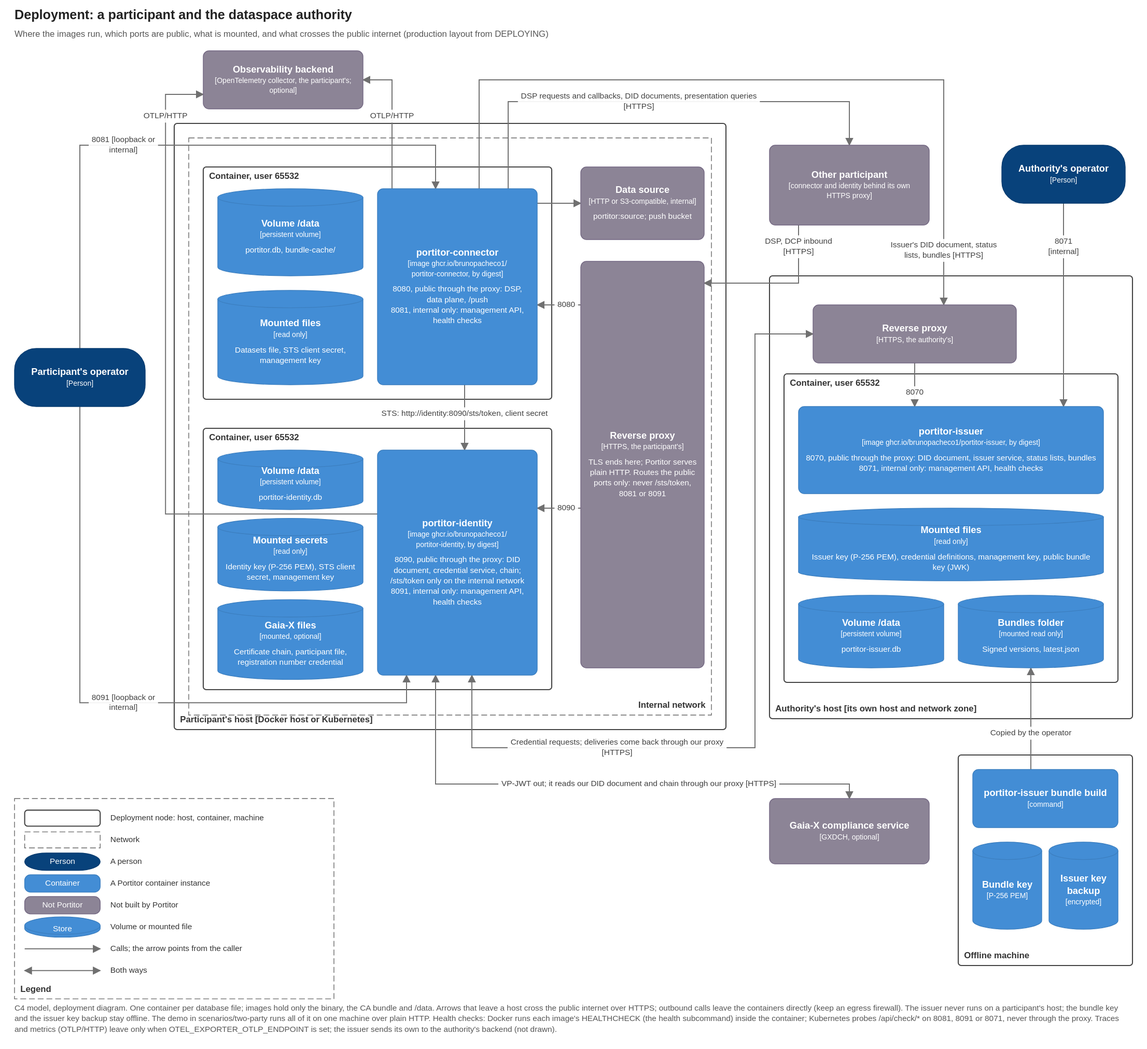
Before: docs/diagrams/deployment.drawio.svg, a diagram exported from draw.io (brunopacheco1/portitor). Source tidied: cells renumbered, new cells last; positions are measured from the earlier drawing's top-left corner, leaving out a move shared by most shapes.
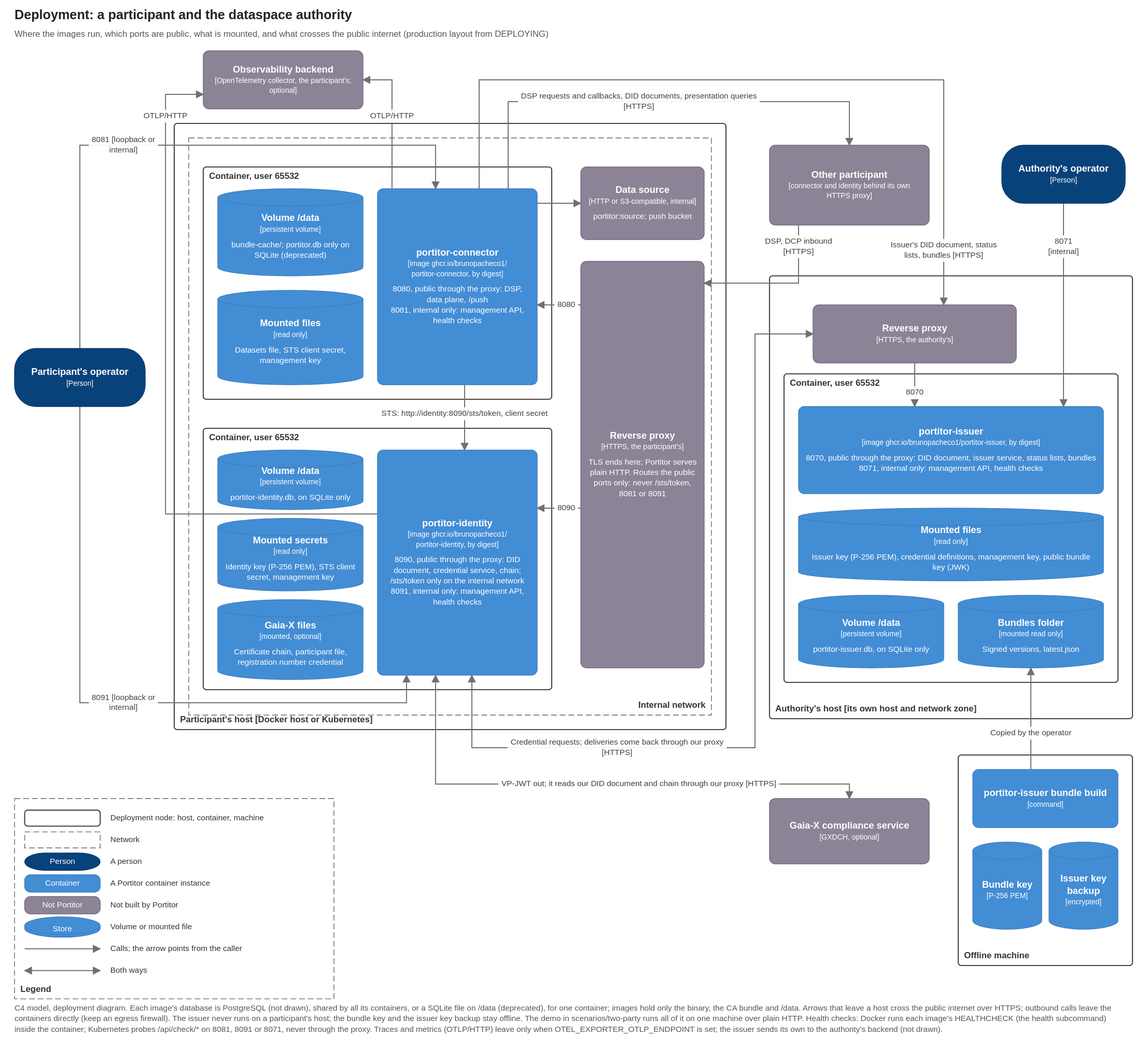
Later version of the same file.

The edit, as a diff of the source:
```diff
@@ -133,7 +133,7 @@
     <mxCell id="31" value="&lt;b&gt;portitor-connector&lt;/b&gt;&lt;br&gt;&lt;font style=&quot;font-size:10px&quot;&gt;[image ghcr.io/brunopacheco1/ portitor-connector, by digest]&lt;/font&gt;&lt;br&gt;&lt;br&gt;&lt;font style=&quot;font-size:11px&quot;&gt;8080, public through the proxy: DSP, data plane, /push&lt;/font&gt;&lt;br&gt;&lt;font style=&quot;font-size:11px&quot;&gt;8081, internal only: management API, health checks&lt;/font&gt;" style="rounded=1;arcSize=8;whiteSpace=wrap;html=1;fillColor=#438DD5;strokeColor=#3C7FC0;fontColor=#FFFFFF;fontSize=13;align=center;verticalAlign=middle;c4Kind=container;c4Name=portitor-connector;" parent="1" vertex="1">
       <mxGeometry x="500" y="250" width="220" height="270" as="geometry" />
     </mxCell>
-    <mxCell id="32" value="&lt;b&gt;Volume /data&lt;/b&gt;&lt;br&gt;&lt;font style=&quot;font-size:10px&quot;&gt;[persistent volume]&lt;/font&gt;&lt;br&gt;&lt;br&gt;&lt;font style=&quot;font-size:11px&quot;&gt;portitor.db, bundle-cache/&lt;/font&gt;" style="shape=cylinder3;size=12;boundedLbl=1;whiteSpace=wrap;html=1;fillColor=#438DD5;strokeColor=#3C7FC0;fontColor=#FFFFFF;fontSize=13;align=center;verticalAlign=middle;c4Kind=database;c4Name=Volume /data;" parent="1" vertex="1">
+    <mxCell id="32" value="&lt;b&gt;Volume /data&lt;/b&gt;&lt;br&gt;&lt;font style=&quot;font-size:10px&quot;&gt;[persistent volume]&lt;/font&gt;&lt;br&gt;&lt;br&gt;&lt;font style=&quot;font-size:11px&quot;&gt;bundle-cache/; portitor.db only on SQLite (deprecated)&lt;/font&gt;" style="shape=cylinder3;size=12;boundedLbl=1;whiteSpace=wrap;html=1;fillColor=#438DD5;strokeColor=#3C7FC0;fontColor=#FFFFFF;fontSize=13;align=center;verticalAlign=middle;c4Kind=database;c4Name=Volume /data;" parent="1" vertex="1">
       <mxGeometry x="280" y="250" width="200" height="120" as="geometry" />
     </mxCell>
     <mxCell id="33" value="&lt;b&gt;Mounted files&lt;/b&gt;&lt;br&gt;&lt;font style=&quot;font-size:10px&quot;&gt;[read only]&lt;/font&gt;&lt;br&gt;&lt;br&gt;&lt;font style=&quot;font-size:11px&quot;&gt;Datasets file, STS client secret, management key&lt;/font&gt;" style="shape=cylinder3;size=12;boundedLbl=1;whiteSpace=wrap;html=1;fillColor=#438DD5;strokeColor=#3C7FC0;fontColor=#FFFFFF;fontSize=13;align=center;verticalAlign=middle;c4Kind=database;c4Name=Mounted files;" parent="1" vertex="1">
@@ -142,7 +142,7 @@
     <mxCell id="34" value="&lt;b&gt;portitor-identity&lt;/b&gt;&lt;br&gt;&lt;font style=&quot;font-size:10px&quot;&gt;[image ghcr.io/brunopacheco1/ portitor-identity, by digest]&lt;/font&gt;&lt;br&gt;&lt;br&gt;&lt;font style=&quot;font-size:11px&quot;&gt;8090, public through the proxy: DID document, credential service, chain; /sts/token only on the internal network&lt;/font&gt;&lt;br&gt;&lt;font style=&quot;font-size:11px&quot;&gt;8091, internal only: management API, health checks&lt;/font&gt;" style="rounded=1;arcSize=8;whiteSpace=wrap;html=1;fillColor=#438DD5;strokeColor=#3C7FC0;fontColor=#FFFFFF;fontSize=13;align=center;verticalAlign=middle;c4Kind=container;c4Name=portitor-identity;" parent="1" vertex="1">
       <mxGeometry x="500" y="610" width="220" height="310" as="geometry" />
     </mxCell>
-    <mxCell id="35" value="&lt;b&gt;Volume /data&lt;/b&gt;&lt;br&gt;&lt;font style=&quot;font-size:10px&quot;&gt;[persistent volume]&lt;/font&gt;&lt;br&gt;&lt;br&gt;&lt;font style=&quot;font-size:11px&quot;&gt;portitor-identity.db&lt;/font&gt;" style="shape=cylinder3;size=12;boundedLbl=1;whiteSpace=wrap;html=1;fillColor=#438DD5;strokeColor=#3C7FC0;fontColor=#FFFFFF;fontSize=13;align=center;verticalAlign=middle;c4Kind=database;c4Name=Volume /data;" parent="1" vertex="1">
+    <mxCell id="35" value="&lt;b&gt;Volume /data&lt;/b&gt;&lt;br&gt;&lt;font style=&quot;font-size:10px&quot;&gt;[persistent volume]&lt;/font&gt;&lt;br&gt;&lt;br&gt;&lt;font style=&quot;font-size:11px&quot;&gt;portitor-identity.db, on SQLite only&lt;/font&gt;" style="shape=cylinder3;size=12;boundedLbl=1;whiteSpace=wrap;html=1;fillColor=#438DD5;strokeColor=#3C7FC0;fontColor=#FFFFFF;fontSize=13;align=center;verticalAlign=middle;c4Kind=database;c4Name=Volume /data;" parent="1" vertex="1">
       <mxGeometry x="280" y="610" width="200" height="82" as="geometry" />
     </mxCell>
     <mxCell id="36" value="&lt;b&gt;Mounted secrets&lt;/b&gt;&lt;br&gt;&lt;font style=&quot;font-size:10px&quot;&gt;[read only]&lt;/font&gt;&lt;br&gt;&lt;br&gt;&lt;font style=&quot;font-size:11px&quot;&gt;Identity key (P-256 PEM), STS client secret, management key&lt;/font&gt;" style="shape=cylinder3;size=12;boundedLbl=1;whiteSpace=wrap;html=1;fillColor=#438DD5;strokeColor=#3C7FC0;fontColor=#FFFFFF;fontSize=13;align=center;verticalAlign=middle;c4Kind=database;c4Name=Mounted secrets;" parent="1" vertex="1">
@@ -175,7 +175,7 @@
     <mxCell id="45" value="&lt;b&gt;Mounted files&lt;/b&gt;&lt;br&gt;&lt;font style=&quot;font-size:10px&quot;&gt;[read only]&lt;/font&gt;&lt;br&gt;&lt;br&gt;&lt;font style=&quot;font-size:11px&quot;&gt;Issuer key (P-256 PEM), credential definitions, management key, public bundle key (JWK)&lt;/font&gt;" style="shape=cylinder3;size=12;boundedLbl=1;whiteSpace=wrap;html=1;fillColor=#438DD5;strokeColor=#3C7FC0;fontColor=#FFFFFF;fontSize=13;align=center;verticalAlign=middle;c4Kind=database;c4Name=Mounted files;" parent="1" vertex="1">
       <mxGeometry x="1080" y="690" width="420" height="100" as="geometry" />
     </mxCell>
-    <mxCell id="46" value="&lt;b&gt;Volume /data&lt;/b&gt;&lt;br&gt;&lt;font style=&quot;font-size:10px&quot;&gt;[persistent volume]&lt;/font&gt;&lt;br&gt;&lt;br&gt;&lt;font style=&quot;font-size:11px&quot;&gt;portitor-issuer.db&lt;/font&gt;" style="shape=cylinder3;size=12;boundedLbl=1;whiteSpace=wrap;html=1;fillColor=#438DD5;strokeColor=#3C7FC0;fontColor=#FFFFFF;fontSize=13;align=center;verticalAlign=middle;c4Kind=database;c4Name=Volume /data;" parent="1" vertex="1">
+    <mxCell id="46" value="&lt;b&gt;Volume /data&lt;/b&gt;&lt;br&gt;&lt;font style=&quot;font-size:10px&quot;&gt;[persistent volume]&lt;/font&gt;&lt;br&gt;&lt;br&gt;&lt;font style=&quot;font-size:11px&quot;&gt;portitor-issuer.db, on SQLite only&lt;/font&gt;" style="shape=cylinder3;size=12;boundedLbl=1;whiteSpace=wrap;html=1;fillColor=#438DD5;strokeColor=#3C7FC0;fontColor=#FFFFFF;fontSize=13;align=center;verticalAlign=middle;c4Kind=database;c4Name=Volume /data;" parent="1" vertex="1">
       <mxGeometry x="1080" y="810" width="200" height="100" as="geometry" />
     </mxCell>
     <mxCell id="47" value="&lt;b&gt;Bundles folder&lt;/b&gt;&lt;br&gt;&lt;font style=&quot;font-size:10px&quot;&gt;[mounted read only]&lt;/font&gt;&lt;br&gt;&lt;br&gt;&lt;font style=&quot;font-size:11px&quot;&gt;Signed versions, latest.json&lt;/font&gt;" style="shape=cylinder3;size=12;boundedLbl=1;whiteSpace=wrap;html=1;fillColor=#438DD5;strokeColor=#3C7FC0;fontColor=#FFFFFF;fontSize=13;align=center;verticalAlign=middle;c4Kind=database;c4Name=Bundles folder;" parent="1" vertex="1">
@@ -226,7 +226,7 @@
     <mxCell id="62" value="Both ways" style="text;html=1;align=left;verticalAlign=top;fontSize=11;fontStyle=0;fontColor=#333333;whiteSpace=wrap;" parent="1" vertex="1">
       <mxGeometry x="132" y="1318" width="292" height="18.5" as="geometry" />
     </mxCell>
-    <mxCell id="63" value="C4 model, deployment diagram. One container per database file; images hold only the binary, the CA bundle and /data. Arrows that leave a host cross the public internet over HTTPS; outbound calls leave the containers directly (keep an egress firewall). The issuer never runs on a participant's host; the bundle key and the issuer key backup stay offline. The demo in scenarios/two-party runs all of it on one machine over plain HTTP. Health checks: Docker runs each image's HEALTHCHECK (the health subcommand) inside the container; Kubernetes probes /api/check/* on 8081, 8091 or 8071, never through the proxy. Traces and metrics (OTLP/HTTP) leave only when OTEL_EXPORTER_OTLP_ENDPOINT is set; the issuer sends its own to the authority's backend (not drawn)." style="text;html=1;align=left;verticalAlign=top;fontSize=11;fontStyle=0;fontColor=#555555;whiteSpace=wrap;" parent="1" vertex="1">
+    <mxCell id="63" value="C4 model, deployment diagram. Each image's database is PostgreSQL (not drawn), shared by all its containers, or a SQLite file on /data (deprecated), for one container; images hold only the binary, the CA bundle and /data. Arrows that leave a host cross the public internet over HTTPS; outbound calls leave the containers directly (keep an egress firewall). The issuer never runs on a participant's host; the bundle key and the issuer key backup stay offline. The demo in scenarios/two-party runs all of it on one machine over plain HTTP. Health checks: Docker runs each image's HEALTHCHECK (the health subcommand) inside the container; Kubernetes probes /api/check/* on 8081, 8091 or 8071, never through the proxy. Traces and metrics (OTLP/HTTP) leave only when OTEL_EXPORTER_OTLP_ENDPOINT is set; the issuer sends its own to the authority's backend (not drawn)." style="text;html=1;align=left;verticalAlign=top;fontSize=11;fontStyle=0;fontColor=#555555;whiteSpace=wrap;" parent="1" vertex="1">
       <mxGeometry y="1370" width="1540" height="47.5" as="geometry" />
     </mxCell>
     <mxCell id="64" value="&lt;b&gt;Observability backend&lt;/b&gt;&lt;br&gt;&lt;font style=&quot;font-size:10px&quot;&gt;[OpenTelemetry collector, the participant&amp;#x27;s; optional]&lt;/font&gt;" style="rounded=1;arcSize=8;whiteSpace=wrap;html=1;fillColor=#8C8496;strokeColor=#736782;fontColor=#FFFFFF;fontSize=13;align=center;verticalAlign=middle;c4Kind=external;c4Name=Observability backend;" parent="1" vertex="1">
```
